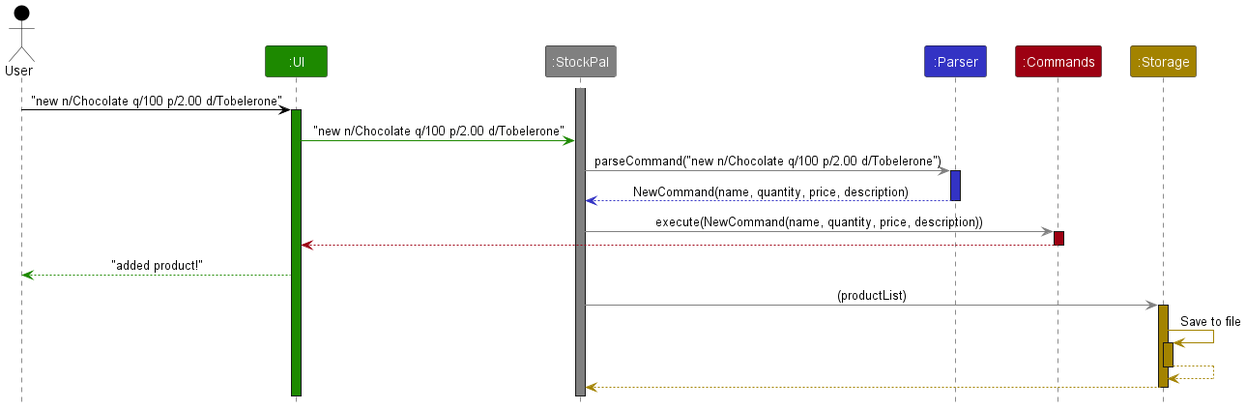
Above: docs/images/AddCommandSequence.png in leongxingyu/tp (PlantUML), before the change.
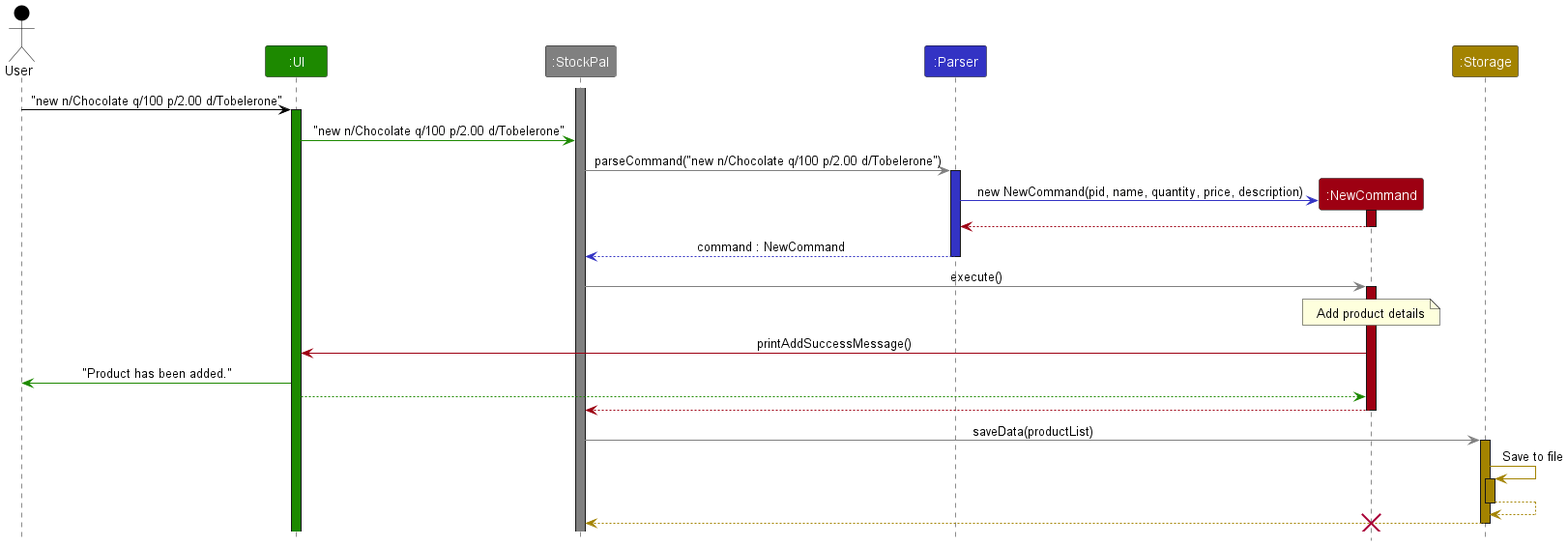
Above is the later version.

What changed in the source:
```diff
@@ -6,7 +6,7 @@
 Participant ":UI" as ui UI_COLOR
 Participant ":StockPal" as stockpal STOCKPAL_COLOR
 Participant ":Parser" as parser PARSER_COLOR
-Participant ":Commands" as commands COMMANDS_COLOR
+Participant ":NewCommand" as command COMMANDS_COLOR
 Participant ":Storage" as storage STORAGE_COLOR
 
 activate stockpal STOCKPAL_COLOR
@@ -19,17 +19,29 @@
 stockpal -[STOCKPAL_COLOR]> parser : parseCommand("new n/Chocolate q/100 p/2.00 d/Tobelerone")
 activate parser PARSER_COLOR
 
-parser --[PARSER_COLOR]> stockpal : NewCommand(name, quantity, price, description)
+create command
+parser -[PARSER_COLOR]> command : new NewCommand(pid, name, quantity, price, description)
+activate command COMMANDS_COLOR
+parser <--[COMMANDS_COLOR] command
+deactivate command
+
+parser --[PARSER_COLOR]> stockpal : command : NewCommand
 deactivate parser
 
-stockpal -[STOCKPAL_COLOR]> commands : execute(NewCommand(name, quantity, price, description))
-activate commands COMMANDS_COLOR
+stockpal -[STOCKPAL_COLOR]> command : execute()
+activate command COMMANDS_COLOR
 
-commands --[COMMANDS_COLOR]> ui
-deactivate commands
-ui --[UI_COLOR]> user : "added product!"
+note over command
+    Add product details
+end note
 
-stockpal -[STOCKPAL_COLOR]> storage : (productList)
+command -[COMMANDS_COLOR]> ui : printAddSuccessMessage()
+user <-[UI_COLOR] ui : "Product has been added."
+ui [UI_COLOR]--> command
+stockpal <--[COMMANDS_COLOR] command
+deactivate command
+
+stockpal -[STOCKPAL_COLOR]> storage : saveData(productList)
 activate storage STORAGE_COLOR
 
 storage -[STORAGE_COLOR]> storage : Save to file
@@ -40,4 +52,5 @@
 storage --[STORAGE_COLOR]> stockpal
 deactivate storage
 
+destroy command
 @enduml
```
